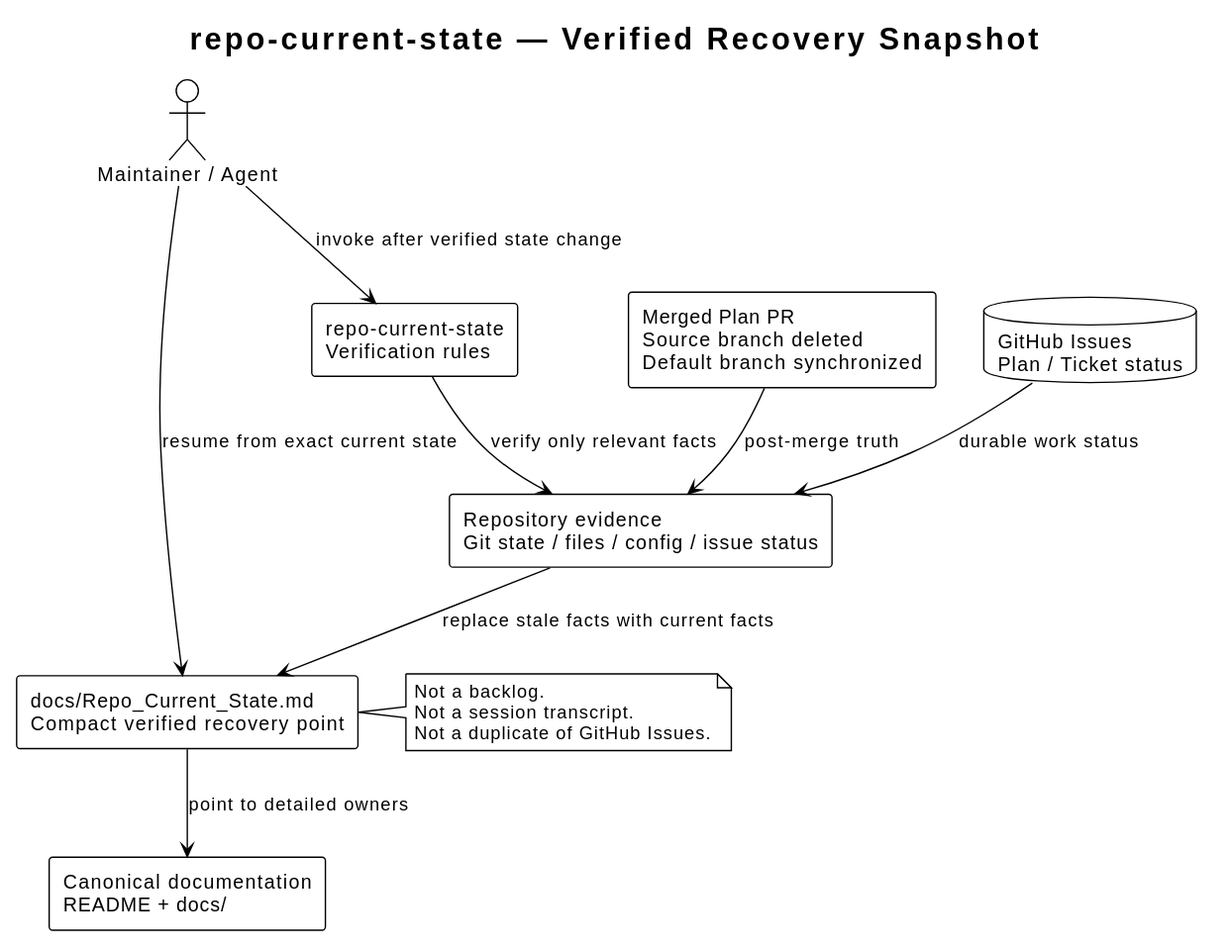
i-zrhe2016/codex-development-workflow keeps this PlantUML diagram as docs/skills/repo-current-state/diagrams/repository-state.svg. Above is the earlier version.
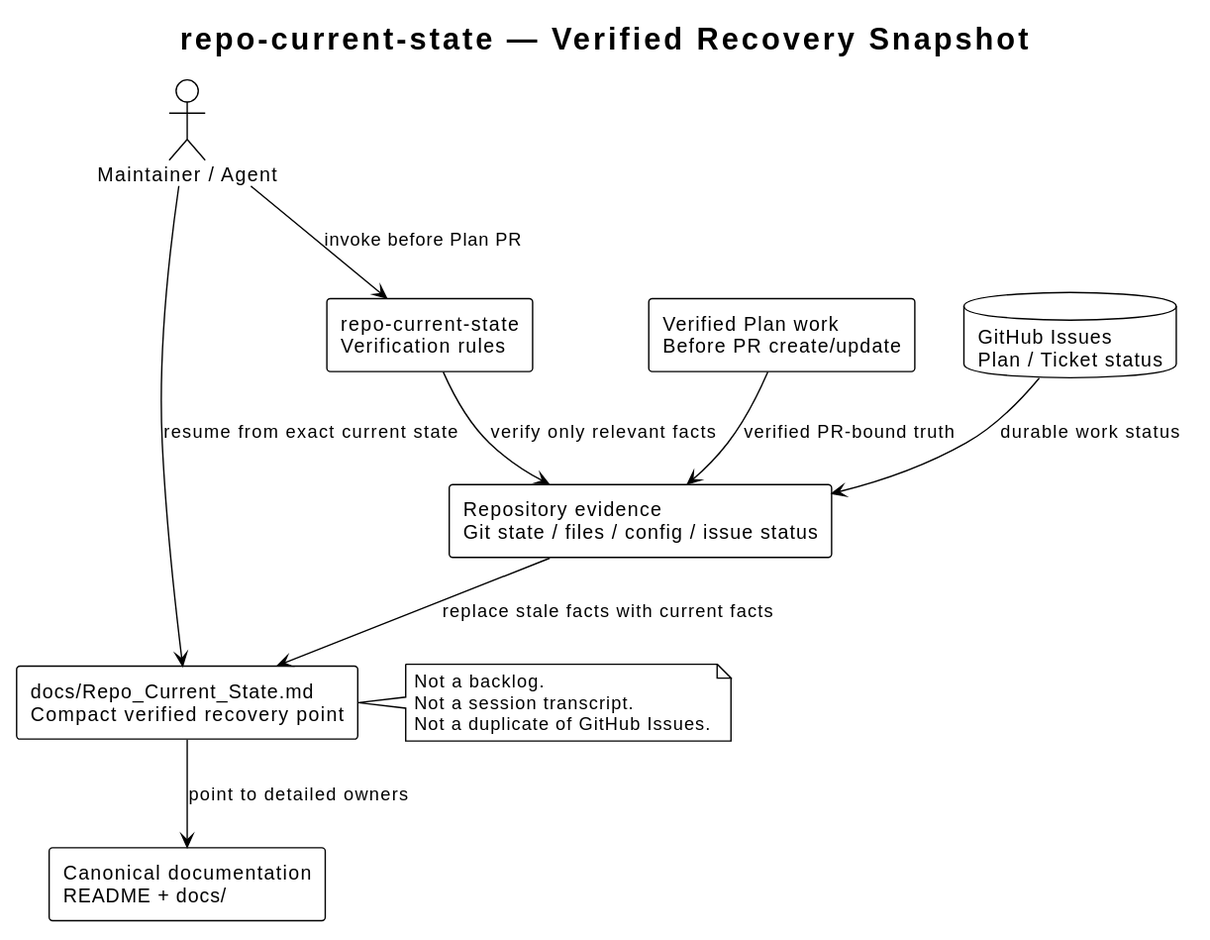
After the commit.

The edit, as a diff of the source:
```diff
@@ -7,15 +7,15 @@
 title repo-current-state — Verified Recovery Snapshot
 
 actor "Maintainer / Agent" as maintainer
-rectangle "Merged Plan PR\nSource branch deleted\nDefault branch synchronized" as delivery
+rectangle "Verified Plan work\nBefore PR create/update" as delivery
 rectangle "Repository evidence\nGit state / files / config / issue status" as evidence
 rectangle "repo-current-state\nVerification rules" as skill
 rectangle "docs/Repo_Current_State.md\nCompact verified recovery point" as snapshot
 rectangle "Canonical documentation\nREADME + docs/" as docs
 database "GitHub Issues\nPlan / Ticket status" as issues
 
-maintainer --> skill : invoke after verified state change
-delivery --> evidence : post-merge truth
+maintainer --> skill : invoke before Plan PR
+delivery --> evidence : verified PR-bound truth
 issues --> evidence : durable work status
 skill --> evidence : verify only relevant facts
 evidence --> snapshot : replace stale facts with current facts
```
